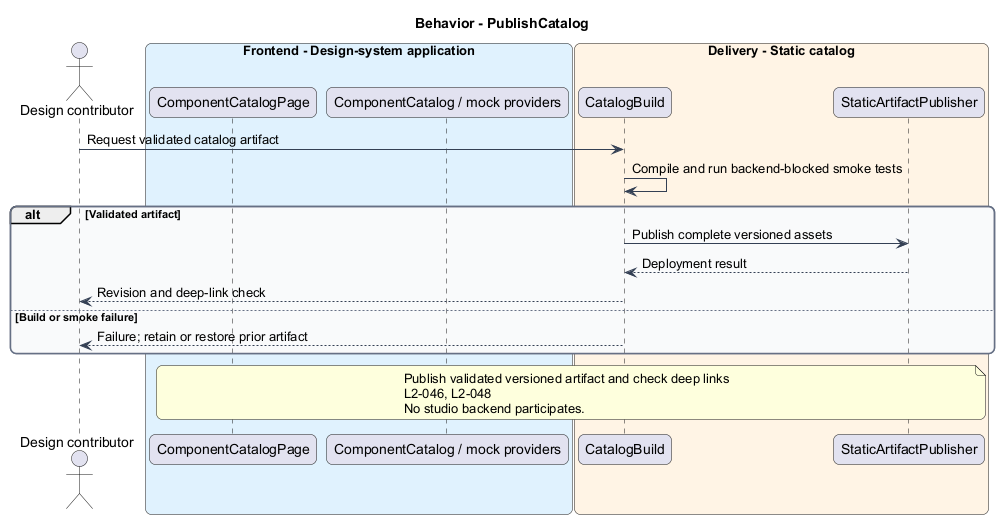
Before: docs/detailed-designs/design-system/publish-static-catalog/diagrams/sequence-publish-catalog.png, a diagram exported from PlantUML (QuinntyneBrown/quinntyne-brown-studio). Its diagram source:
```plantuml
@startuml
skinparam backgroundColor #FFFFFF
skinparam shadowing false
skinparam roundcorner 12
skinparam defaultFontName Arial
skinparam ArrowColor #344054
skinparam rectangle {
  BorderColor #344054
  FontColor #101828
}
skinparam package {
  BorderColor #667085
  FontColor #101828
  BackgroundColor #F9FAFB
}
title Behavior - PublishCatalog
actor "Design contributor" as actor
box "Frontend - Design-system application" #E0F2FE
 participant "ComponentCatalogPage" as page
 participant "ComponentCatalog / mock providers" as client
end box
box "Delivery - Static catalog" #FFF4E5
 participant "CatalogBuild" as build
 participant "StaticArtifactPublisher" as host
end box
actor -> build : Request validated catalog artifact
build -> build : Compile and run backend-blocked smoke tests
alt Validated artifact
build -> host : Publish complete versioned assets
host --> build : Deployment result
build --> actor : Revision and deep-link check
else Build or smoke failure
build --> actor : Failure; retain or restore prior artifact
end
note over page, host
Publish validated versioned artifact and check deep links
L2-046, L2-048
No studio backend participates.
end note
@enduml
```
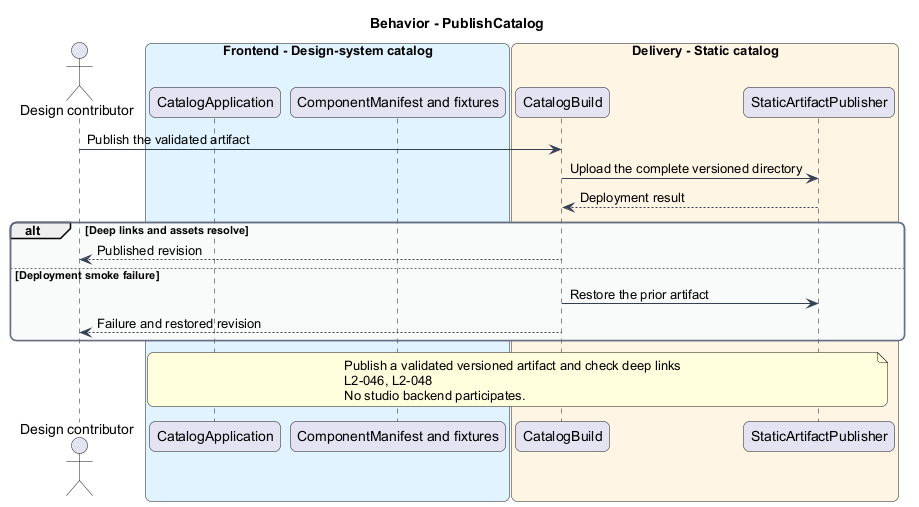
After the change.

The edit, as a diff of the source:
```diff
@@ -15,25 +15,25 @@
 }
 title Behavior - PublishCatalog
 actor "Design contributor" as actor
-box "Frontend - Design-system application" #E0F2FE
- participant "ComponentCatalogPage" as page
- participant "ComponentCatalog / mock providers" as client
+box "Frontend - Design-system catalog" #E0F2FE
+ participant "CatalogApplication" as page
+ participant "ComponentManifest and fixtures" as client
 end box
 box "Delivery - Static catalog" #FFF4E5
  participant "CatalogBuild" as build
  participant "StaticArtifactPublisher" as host
 end box
-actor -> build : Request validated catalog artifact
-build -> build : Compile and run backend-blocked smoke tests
-alt Validated artifact
-build -> host : Publish complete versioned assets
+actor -> build : Publish the validated artifact
+build -> host : Upload the complete versioned directory
 host --> build : Deployment result
-build --> actor : Revision and deep-link check
-else Build or smoke failure
-build --> actor : Failure; retain or restore prior artifact
+alt Deep links and assets resolve
+build --> actor : Published revision
+else Deployment smoke failure
+build -> host : Restore the prior artifact
+build --> actor : Failure and restored revision
 end
 note over page, host
-Publish validated versioned artifact and check deep links
+Publish a validated versioned artifact and check deep links
 L2-046, L2-048
 No studio backend participates.
 end note
```
